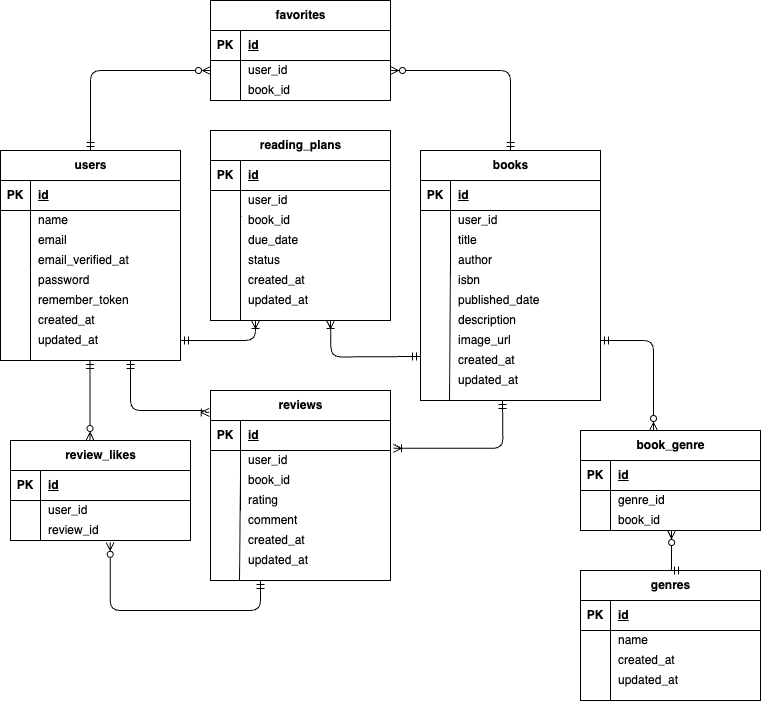
Earlier version of the draw.io export docs/er.drawio.png (nako-75/book-review-app). Source tidied: cells renumbered, new cells last; positions are measured from the earlier drawing's top-left corner, leaving out a move shared by most shapes.
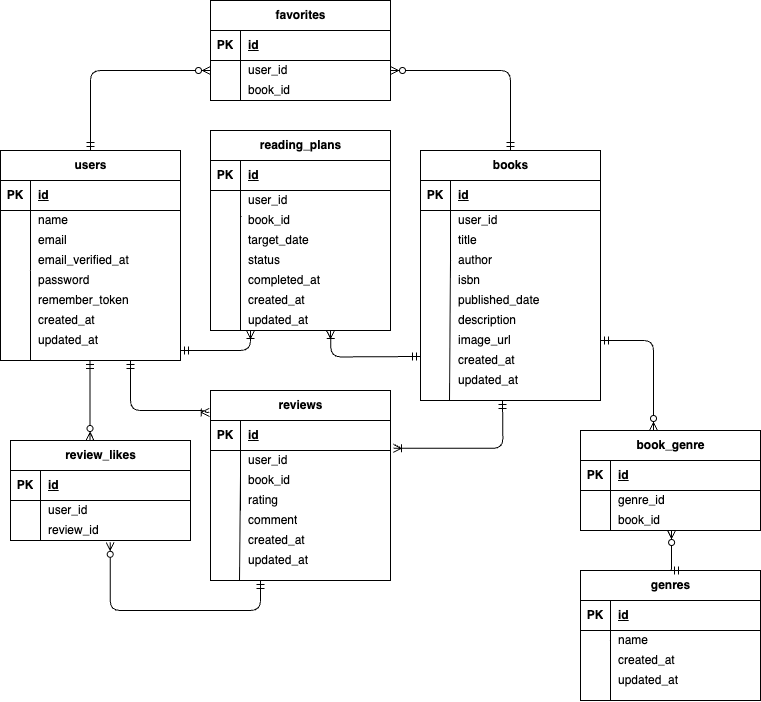
Above is the later version.

Change to the diagram source:
```diff
@@ -416,7 +416,7 @@
       <mxGeometry x="610" y="650" width="150" height="20" as="geometry" />
     </mxCell>
     <mxCell id="123" value="reading_plans" style="shape=table;startSize=30;rowLines=0;fontStyle=1;align=center;html=1;" parent="1" vertex="1">
-      <mxGeometry x="210" y="130" width="180" height="190" as="geometry" />
+      <mxGeometry x="210" y="130" width="180" height="200" as="geometry" />
     </mxCell>
     <mxCell id="124" style="shape=tableRow;horizontal=0;startSize=0;swimlaneHead=0;swimlaneBody=0;fillColor=none;top=0;left=0;right=0;bottom=1;" parent="123" vertex="1">
       <mxGeometry y="30" width="180" height="30" as="geometry" />
@@ -451,7 +451,7 @@
     <mxCell id="134" style="shape=partialRectangle;fillColor=none;top=0;left=0;bottom=0;right=0;overflow=hidden;whiteSpace=wrap;html=1;" parent="133" vertex="1">
       <mxGeometry width="30" height="20" as="geometry" />
     </mxCell>
-    <mxCell id="135" value="due_date" style="shape=partialRectangle;fillColor=none;top=0;left=0;bottom=0;right=0;align=left;spacingLeft=6;overflow=hidden;whiteSpace=wrap;html=1;" parent="133" vertex="1">
+    <mxCell id="135" value="target_date" style="shape=partialRectangle;fillColor=none;top=0;left=0;bottom=0;right=0;align=left;spacingLeft=6;overflow=hidden;whiteSpace=wrap;html=1;" parent="133" vertex="1">
       <mxGeometry x="30" width="150" height="20" as="geometry" />
     </mxCell>
     <mxCell id="136" style="shape=tableRow;horizontal=0;startSize=0;swimlaneHead=0;swimlaneBody=0;fillColor=none;top=0;left=0;right=0;bottom=0;" parent="1" vertex="1">
@@ -464,15 +464,15 @@
       <mxGeometry x="30" width="150" height="20" as="geometry" />
     </mxCell>
     <mxCell id="139" value="created_at" style="shape=partialRectangle;fillColor=none;top=0;left=0;bottom=0;right=0;align=left;spacingLeft=6;overflow=hidden;whiteSpace=wrap;html=1;" parent="1" vertex="1">
-      <mxGeometry x="240" y="270" width="150" height="20" as="geometry" />
+      <mxGeometry x="240" y="290" width="150" height="20" as="geometry" />
     </mxCell>
     <mxCell id="140" value="updated_at" style="shape=partialRectangle;fillColor=none;top=0;left=0;bottom=0;right=0;align=left;spacingLeft=6;overflow=hidden;whiteSpace=wrap;html=1;" parent="1" vertex="1">
-      <mxGeometry x="240" y="290" width="150" height="20" as="geometry" />
+      <mxGeometry x="240" y="310" width="150" height="20" as="geometry" />
     </mxCell>
     <mxCell id="141" style="endArrow=none;html=1;rounded=0;" parent="1" edge="1">
       <mxGeometry relative="1" as="geometry">
         <mxPoint x="241" y="215.5" as="sourcePoint" />
-        <mxPoint x="240" y="320" as="targetPoint" />
+        <mxPoint x="240" y="330" as="targetPoint" />
         <Array as="points">
           <mxPoint x="240" y="216" />
         </Array>
@@ -484,16 +484,20 @@
     <mxCell id="143" style="edgeStyle=orthogonalEdgeStyle;fontSize=12;html=1;endArrow=ERoneToMany;startArrow=ERmandOne;" parent="1" edge="1">
       <mxGeometry relative="1" as="geometry">
         <mxPoint x="420" y="356" as="sourcePoint" />
-        <mxPoint x="330" y="320" as="targetPoint" />
+        <mxPoint x="330" y="330" as="targetPoint" />
       </mxGeometry>
     </mxCell>
-    <mxCell id="144" style="edgeStyle=orthogonalEdgeStyle;fontSize=12;html=1;endArrow=ERoneToMany;startArrow=ERmandOne;entryX=0.25;entryY=1;entryDx=0;entryDy=0;" parent="1" edge="1" target="123">
+    <mxCell id="144" style="edgeStyle=orthogonalEdgeStyle;fontSize=12;html=1;endArrow=ERoneToMany;startArrow=ERmandOne;" parent="1" edge="1">
       <mxGeometry relative="1" as="geometry">
-        <mxPoint x="180" y="340" as="sourcePoint" />
+        <mxPoint x="180" y="350" as="sourcePoint" />
+        <mxPoint x="250" y="330" as="targetPoint" />
         <Array as="points">
-          <mxPoint x="255" y="340" />
+          <mxPoint x="250" y="350" />
         </Array>
       </mxGeometry>
     </mxCell>
+    <mxCell id="145" value="completed_at" style="shape=partialRectangle;fillColor=none;top=0;left=0;bottom=0;right=0;align=left;spacingLeft=6;overflow=hidden;whiteSpace=wrap;html=1;" parent="1" vertex="1">
+      <mxGeometry x="240" y="270" width="150" height="20" as="geometry" />
+    </mxCell>
   </root>
 </mxGraphModel>
```
